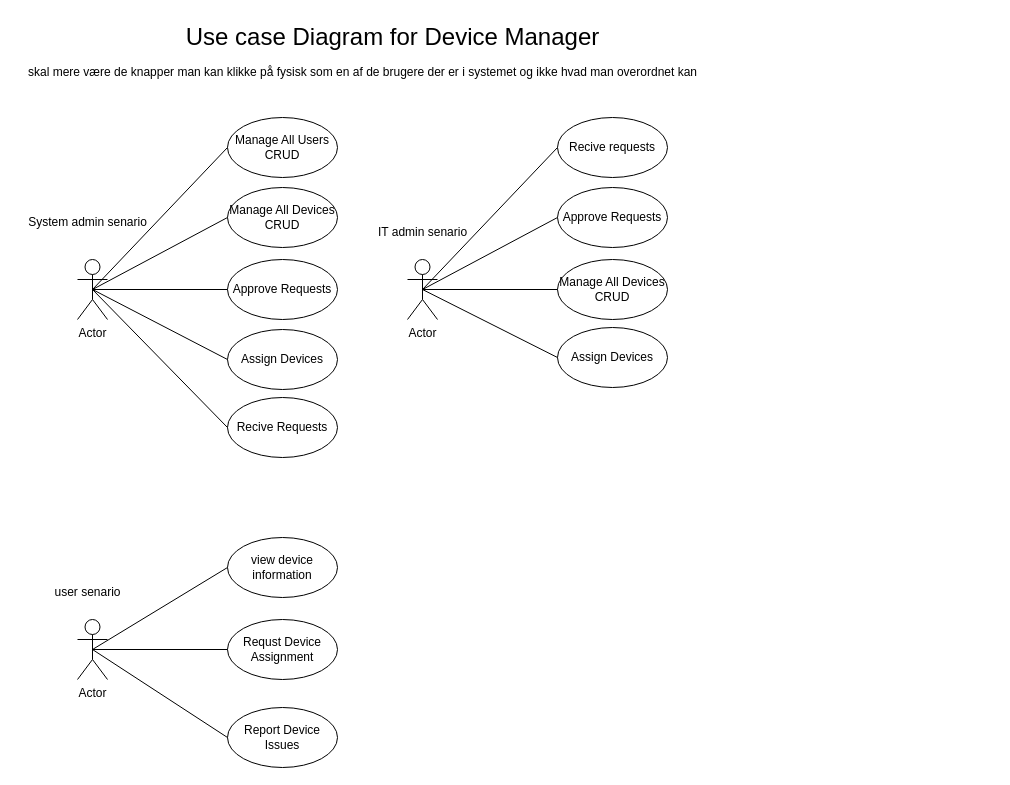
Earlier version of the draw.io diagram docs/Use Case Diagram.drawio (Atributties/Device-Manager-Backend). Source tidied: cells renumbered, new cells numbered last; positions are measured from the earlier drawing's top-left corner, leaving out a move shared by most shapes. Both pictures are drawn from the tidied source at 100%, with x=0, y=0 at pixel (17, 17).
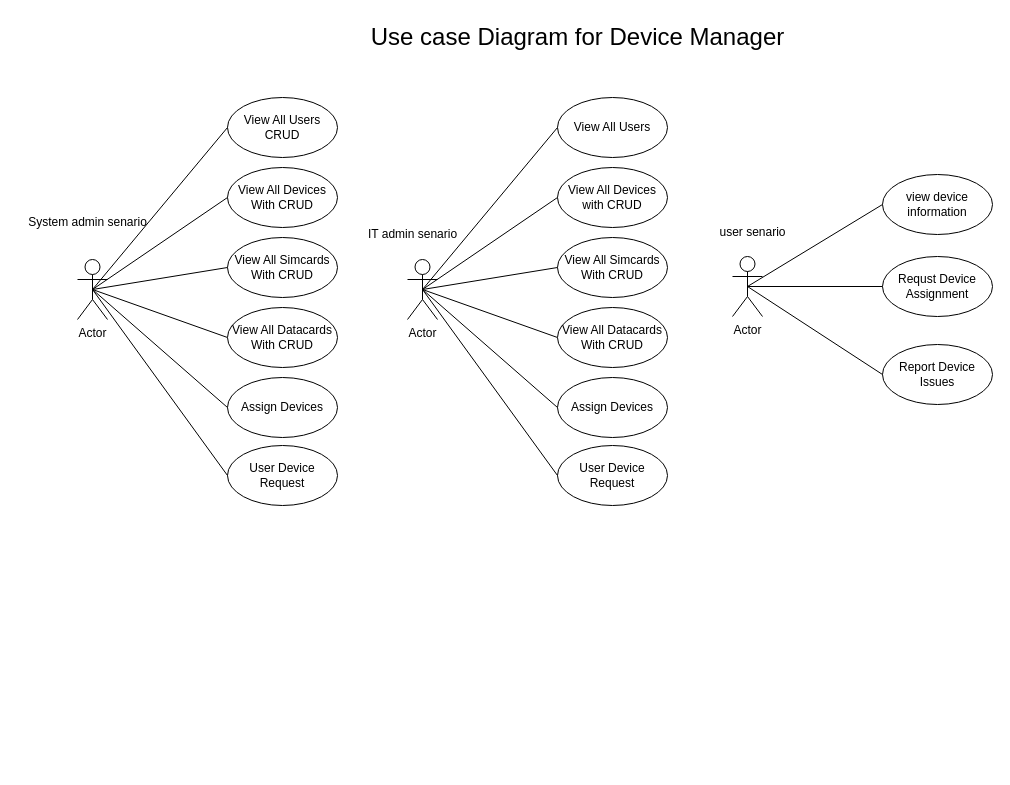
The same diagram, later.

The change refers to these unchanged cells:
```xml
<mxCell id="2" value="Actor" style="shape=umlActor;verticalLabelPosition=bottom;verticalAlign=top;html=1;outlineConnect=0;" parent="1" vertex="1">
  <mxGeometry x="60" y="242" width="30" height="60" as="geometry" />
</mxCell>
```

The edit, as a diff of the source:
```diff
@@
-    <mxCell id="3" value="Actor" style="shape=umlActor;verticalLabelPosition=bottom;verticalAlign=top;html=1;outlineConnect=0;" parent="1" vertex="1">
-      <mxGeometry x="390" y="242" width="30" height="60" as="geometry" />
-    </mxCell>
     <mxCell id="4" value="Actor" style="shape=umlActor;verticalLabelPosition=bottom;verticalAlign=top;html=1;" parent="1" vertex="1">
-      <mxGeometry x="60" y="602" width="30" height="60" as="geometry" />
+      <mxGeometry x="715" y="239" width="30" height="60" as="geometry" />
     </mxCell>
@@
     <mxCell id="6" value="&lt;div&gt;IT admin senario&lt;/div&gt;" style="text;html=1;align=center;verticalAlign=middle;strokeColor=none;fillColor=none;" parent="1" vertex="1">
-      <mxGeometry x="350" y="200" width="110" height="30" as="geometry" />
+      <mxGeometry x="340" y="202" width="110" height="30" as="geometry" />
     </mxCell>
     <mxCell id="7" value="&lt;div&gt;user senario&lt;/div&gt;" style="text;html=1;align=center;verticalAlign=middle;strokeColor=none;fillColor=none;" parent="1" vertex="1">
-      <mxGeometry x="25" y="560" width="90" height="30" as="geometry" />
+      <mxGeometry x="690" y="200" width="90" height="30" as="geometry" />
     </mxCell>
     <mxCell id="8" value="&lt;div&gt;&lt;font style=&quot;font-size: 24px;&quot;&gt;Use case Diagram for Device Manager&lt;/font&gt;&lt;/div&gt;" style="text;html=1;align=center;verticalAlign=middle;strokeColor=none;fillColor=none;" parent="1" vertex="1">
-      <mxGeometry x="155" width="440" height="40" as="geometry" />
+      <mxGeometry x="340" width="440" height="40" as="geometry" />
     </mxCell>
-    <mxCell id="9" value="&lt;div&gt;Manage All Users&lt;/div&gt;&lt;div&gt;CRUD&lt;/div&gt;" style="ellipse;whiteSpace=wrap;html=1;" parent="1" vertex="1">
-      <mxGeometry x="210" y="100" width="110" height="60" as="geometry" />
+    <mxCell id="9" value="&lt;div&gt;View All Users&lt;/div&gt;&lt;div&gt;CRUD&lt;/div&gt;" style="ellipse;whiteSpace=wrap;html=1;" parent="1" vertex="1">
+      <mxGeometry x="210" y="80" width="110" height="60" as="geometry" />
     </mxCell>
-    <mxCell id="10" value="&lt;div&gt;Approve Requests&lt;/div&gt;" style="ellipse;whiteSpace=wrap;html=1;" parent="1" vertex="1">
-      <mxGeometry x="210" y="242" width="110" height="60" as="geometry" />
-    </mxCell>
-    <mxCell id="11" value="Recive Requests" style="ellipse;whiteSpace=wrap;html=1;" parent="1" vertex="1">
-      <mxGeometry x="210" y="380" width="110" height="60" as="geometry" />
+    <mxCell id="11" value="&lt;div&gt;User Device&lt;/div&gt;&lt;div&gt;Request&lt;br&gt;&lt;/div&gt;" style="ellipse;whiteSpace=wrap;html=1;" parent="1" vertex="1">
+      <mxGeometry x="210" y="428" width="110" height="60" as="geometry" />
     </mxCell>
@@
-    <mxCell id="13" style="endArrow=none;html=1;rounded=0;exitX=0;exitY=0.5;exitDx=0;exitDy=0;entryX=0.5;entryY=0.5;entryDx=0;entryDy=0;entryPerimeter=0;" parent="1" edge="1" source="10" target="2">
+    <mxCell id="13" style="endArrow=none;html=1;rounded=0;exitX=0;exitY=0.5;exitDx=0;exitDy=0;entryX=0.5;entryY=0.5;entryDx=0;entryDy=0;entryPerimeter=0;" parent="1" edge="1" source="35" target="2">
       <mxGeometry relative="1" as="geometry" />
     </mxCell>
@@
-    <mxCell id="15" value="Recive requests" style="ellipse;whiteSpace=wrap;html=1;" parent="1" vertex="1">
-      <mxGeometry x="540" y="100" width="110" height="60" as="geometry" />
-    </mxCell>
-    <mxCell id="16" value="Manage All Devices&lt;br&gt;&lt;div&gt;CRUD&lt;/div&gt;" style="ellipse;whiteSpace=wrap;html=1;" parent="1" vertex="1">
-      <mxGeometry x="540" y="242" width="110" height="60" as="geometry" />
-    </mxCell>
-    <mxCell id="17" value="Assign Devices" style="ellipse;whiteSpace=wrap;html=1;" parent="1" vertex="1">
-      <mxGeometry x="540" y="310" width="110" height="60" as="geometry" />
-    </mxCell>
-    <mxCell id="18" style="endArrow=none;html=1;rounded=0;exitX=0;exitY=0.5;exitDx=0;exitDy=0;entryX=0.5;entryY=0.5;entryDx=0;entryDy=0;entryPerimeter=0;" parent="1" edge="1" source="15">
-      <mxGeometry relative="1" as="geometry">
-        <mxPoint x="405" y="272" as="targetPoint" />
-      </mxGeometry>
-    </mxCell>
-    <mxCell id="19" style="endArrow=none;html=1;rounded=0;exitX=0;exitY=0.5;exitDx=0;exitDy=0;entryX=0.5;entryY=0.5;entryDx=0;entryDy=0;entryPerimeter=0;" parent="1" edge="1" source="16">
-      <mxGeometry relative="1" as="geometry">
-        <mxPoint x="405" y="272" as="targetPoint" />
-      </mxGeometry>
-    </mxCell>
-    <mxCell id="20" style="endArrow=none;html=1;rounded=0;exitX=0;exitY=0.5;exitDx=0;exitDy=0;entryX=0.5;entryY=0.5;entryDx=0;entryDy=0;entryPerimeter=0;" parent="1" edge="1" source="17">
-      <mxGeometry relative="1" as="geometry">
-        <mxPoint x="405" y="272" as="targetPoint" />
-      </mxGeometry>
-    </mxCell>
     <mxCell id="21" value="view device information" style="ellipse;whiteSpace=wrap;html=1;" parent="1" vertex="1">
-      <mxGeometry x="210" y="520" width="110" height="60" as="geometry" />
+      <mxGeometry x="865" y="157" width="110" height="60" as="geometry" />
     </mxCell>
     <mxCell id="22" value="Requst Device Assignment" style="ellipse;whiteSpace=wrap;html=1;" parent="1" vertex="1">
-      <mxGeometry x="210" y="602" width="110" height="60" as="geometry" />
+      <mxGeometry x="865" y="239" width="110" height="60" as="geometry" />
     </mxCell>
     <mxCell id="23" value="Report Device Issues" style="ellipse;whiteSpace=wrap;html=1;" parent="1" vertex="1">
-      <mxGeometry x="210" y="690" width="110" height="60" as="geometry" />
+      <mxGeometry x="865" y="327" width="110" height="60" as="geometry" />
     </mxCell>
     <mxCell id="24" style="endArrow=none;html=1;rounded=0;exitX=0;exitY=0.5;exitDx=0;exitDy=0;entryX=0.5;entryY=0.5;entryDx=0;entryDy=0;entryPerimeter=0;" parent="1" edge="1" source="21">
       <mxGeometry relative="1" as="geometry">
-        <mxPoint x="75" y="632" as="targetPoint" />
+        <mxPoint x="730" y="269" as="targetPoint" />
       </mxGeometry>
     </mxCell>
     <mxCell id="25" style="endArrow=none;html=1;rounded=0;exitX=0;exitY=0.5;exitDx=0;exitDy=0;entryX=0.5;entryY=0.5;entryDx=0;entryDy=0;entryPerimeter=0;" parent="1" edge="1" source="22">
       <mxGeometry relative="1" as="geometry">
-        <mxPoint x="75" y="632" as="targetPoint" />
+        <mxPoint x="730" y="269" as="targetPoint" />
       </mxGeometry>
     </mxCell>
     <mxCell id="26" style="endArrow=none;html=1;rounded=0;exitX=0;exitY=0.5;exitDx=0;exitDy=0;entryX=0.5;entryY=0.5;entryDx=0;entryDy=0;entryPerimeter=0;" parent="1" edge="1" source="23">
       <mxGeometry relative="1" as="geometry">
-        <mxPoint x="75" y="632" as="targetPoint" />
+        <mxPoint x="730" y="269" as="targetPoint" />
       </mxGeometry>
     </mxCell>
-    <mxCell id="27" value="Manage All Devices&lt;br&gt;CRUD" style="ellipse;whiteSpace=wrap;html=1;" parent="1" vertex="1">
-      <mxGeometry x="210" y="170" width="110" height="60" as="geometry" />
+    <mxCell id="27" value="&lt;div&gt;View All Devices&lt;/div&gt;With CRUD" style="ellipse;whiteSpace=wrap;html=1;" parent="1" vertex="1">
+      <mxGeometry x="210" y="150" width="110" height="60" as="geometry" />
     </mxCell>
     <mxCell id="28" value="Assign Devices" style="ellipse;whiteSpace=wrap;html=1;" parent="1" vertex="1">
-      <mxGeometry x="210" y="312" width="110" height="60" as="geometry" />
+      <mxGeometry x="210" y="360" width="110" height="60" as="geometry" />
     </mxCell>
-    <mxCell id="29" value="skal mere være de knapper man kan klikke på fysisk som en af de brugere der er i systemet og ikke hvad man overordnet kan" style="text;html=1;align=center;verticalAlign=middle;strokeColor=none;fillColor=none;" parent="1" vertex="1">
-      <mxGeometry x="10" y="40" width="670" height="30" as="geometry" />
-    </mxCell>
-    <mxCell id="30" value="Approve Requests" style="ellipse;whiteSpace=wrap;html=1;" parent="1" vertex="1">
-      <mxGeometry x="540" y="170" width="110" height="60" as="geometry" />
-    </mxCell>
-    <mxCell id="31" style="endArrow=none;html=1;rounded=0;exitX=0;exitY=0.5;exitDx=0;exitDy=0;entryX=0.5;entryY=0.5;entryDx=0;entryDy=0;entryPerimeter=0;" parent="1" edge="1" source="30" target="3">
-      <mxGeometry relative="1" as="geometry" />
-    </mxCell>
@@
+    <mxCell id="34" value="&lt;div&gt;View All Simcards&lt;/div&gt;&lt;div&gt;With CRUD&lt;/div&gt;" style="ellipse;whiteSpace=wrap;html=1;" parent="1" vertex="1">
+      <mxGeometry x="210" y="220" width="110" height="60" as="geometry" />
+    </mxCell>
+    <mxCell id="35" value="&lt;div&gt;View All Datacards&lt;/div&gt;With CRUD" style="ellipse;whiteSpace=wrap;html=1;" parent="1" vertex="1">
+      <mxGeometry x="210" y="290" width="110" height="60" as="geometry" />
+    </mxCell>
+    <mxCell id="36" style="endArrow=none;html=1;rounded=0;exitX=0;exitY=0.5;exitDx=0;exitDy=0;entryX=0.5;entryY=0.5;entryDx=0;entryDy=0;entryPerimeter=0;" parent="1" edge="1" source="34" target="2">
+      <mxGeometry relative="1" as="geometry" />
+    </mxCell>
+    <mxCell id="3" value="Actor" style="shape=umlActor;verticalLabelPosition=bottom;verticalAlign=top;html=1;outlineConnect=0;" parent="1" vertex="1">
+      <mxGeometry x="390" y="242" width="30" height="60" as="geometry" />
+    </mxCell>
+    <mxCell id="37" value="&lt;div&gt;View All Users&lt;/div&gt;" style="ellipse;whiteSpace=wrap;html=1;" parent="1" vertex="1">
+      <mxGeometry x="540" y="80" width="110" height="60" as="geometry" />
+    </mxCell>
+    <mxCell id="38" value="&lt;div&gt;User Device&lt;/div&gt;&lt;div&gt;Request&lt;br&gt;&lt;/div&gt;" style="ellipse;whiteSpace=wrap;html=1;" parent="1" vertex="1">
+      <mxGeometry x="540" y="428" width="110" height="60" as="geometry" />
+    </mxCell>
+    <mxCell id="39" style="endArrow=none;html=1;rounded=0;exitX=0;exitY=0.5;exitDx=0;exitDy=0;entryX=0.5;entryY=0.5;entryDx=0;entryDy=0;entryPerimeter=0;" parent="1" edge="1" source="37" target="3">
+      <mxGeometry relative="1" as="geometry" />
+    </mxCell>
+    <mxCell id="40" style="endArrow=none;html=1;rounded=0;exitX=0;exitY=0.5;exitDx=0;exitDy=0;entryX=0.5;entryY=0.5;entryDx=0;entryDy=0;entryPerimeter=0;" parent="1" edge="1" source="46" target="3">
+      <mxGeometry relative="1" as="geometry" />
+    </mxCell>
+    <mxCell id="41" style="endArrow=none;html=1;rounded=0;exitX=0;exitY=0.5;exitDx=0;exitDy=0;entryX=0.5;entryY=0.5;entryDx=0;entryDy=0;entryPerimeter=0;" parent="1" edge="1" source="38" target="3">
+      <mxGeometry relative="1" as="geometry" />
+    </mxCell>
+    <mxCell id="42" value="&lt;div&gt;View All Devices&lt;/div&gt;with CRUD" style="ellipse;whiteSpace=wrap;html=1;" parent="1" vertex="1">
+      <mxGeometry x="540" y="150" width="110" height="60" as="geometry" />
+    </mxCell>
+    <mxCell id="17" value="Assign Devices" style="ellipse;whiteSpace=wrap;html=1;" parent="1" vertex="1">
+      <mxGeometry x="540" y="360" width="110" height="60" as="geometry" />
+    </mxCell>
+    <mxCell id="43" style="endArrow=none;html=1;rounded=0;exitX=0;exitY=0.5;exitDx=0;exitDy=0;entryX=0.5;entryY=0.5;entryDx=0;entryDy=0;entryPerimeter=0;" parent="1" edge="1" source="17" target="3">
+      <mxGeometry relative="1" as="geometry" />
+    </mxCell>
+    <mxCell id="44" style="endArrow=none;html=1;rounded=0;exitX=0;exitY=0.5;exitDx=0;exitDy=0;entryX=0.5;entryY=0.5;entryDx=0;entryDy=0;entryPerimeter=0;" parent="1" edge="1" source="42" target="3">
+      <mxGeometry relative="1" as="geometry" />
+    </mxCell>
+    <mxCell id="45" value="&lt;div&gt;View All Simcards&lt;/div&gt;&lt;div&gt;With CRUD&lt;/div&gt;" style="ellipse;whiteSpace=wrap;html=1;" parent="1" vertex="1">
+      <mxGeometry x="540" y="220" width="110" height="60" as="geometry" />
+    </mxCell>
+    <mxCell id="46" value="&lt;div&gt;View All Datacards&lt;/div&gt;With CRUD" style="ellipse;whiteSpace=wrap;html=1;" parent="1" vertex="1">
+      <mxGeometry x="540" y="290" width="110" height="60" as="geometry" />
+    </mxCell>
+    <mxCell id="47" style="endArrow=none;html=1;rounded=0;exitX=0;exitY=0.5;exitDx=0;exitDy=0;entryX=0.5;entryY=0.5;entryDx=0;entryDy=0;entryPerimeter=0;" parent="1" edge="1" source="45" target="3">
+      <mxGeometry relative="1" as="geometry" />
+    </mxCell>
```
